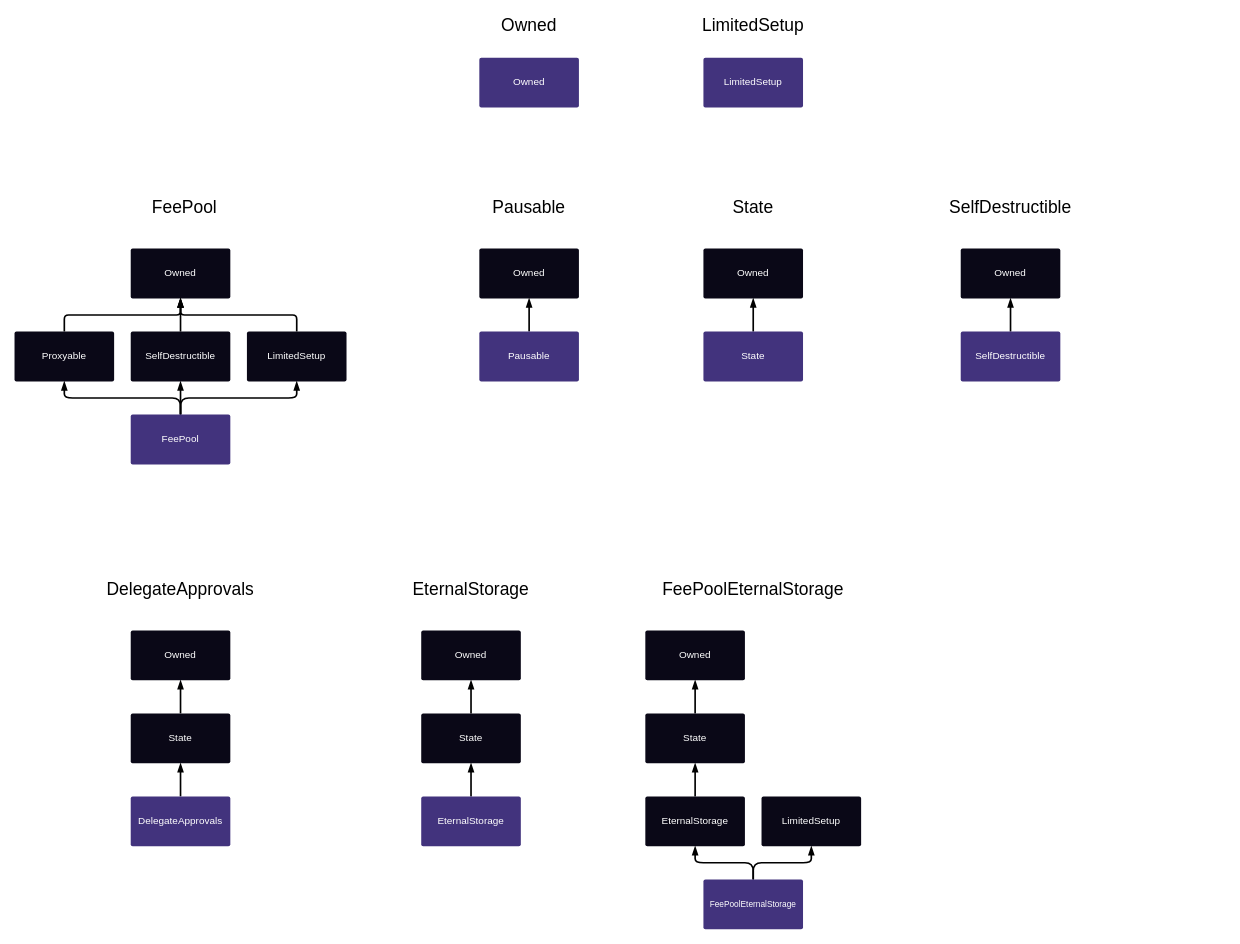
The draw.io diagram docs/img/graphs/synthetix-docs-graphs.drawio in Synthetixio/synthetix, before the edit. Source tidied: cells renumbered, new cells numbered last; positions are measured from the earlier drawing's top-left corner, leaving out a move shared by most shapes. Both pictures are drawn from the tidied source at 83%, with x=0, y=0 at pixel (14, 16).
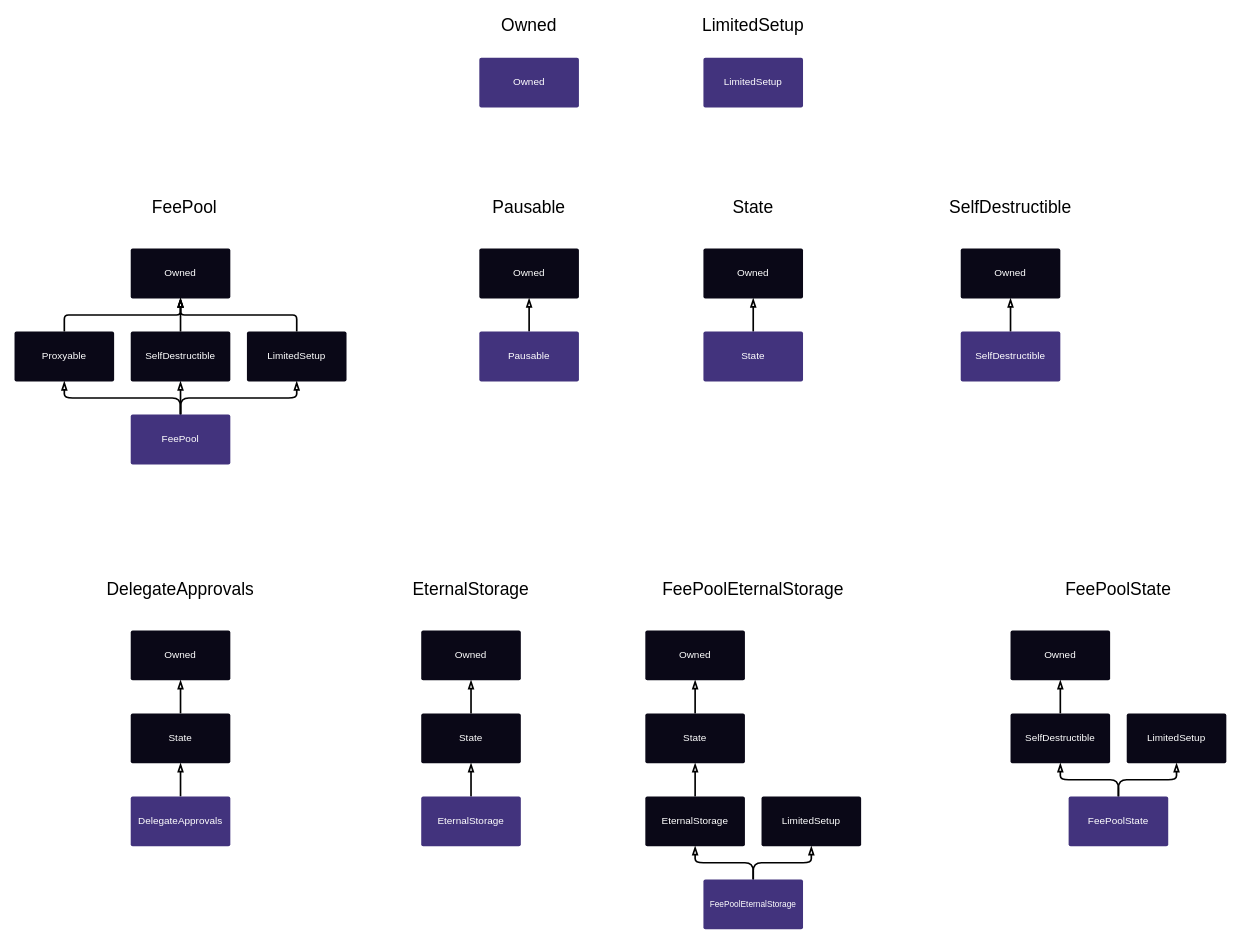
The same diagram, later.

Commit message (it also covers changes not shown here):
FeePoolState notes.

Unchanged cells that the change refers to:
```xml
<mxCell id="5" value="&lt;font color=&quot;#FFFFFF&quot;&gt;FeePool&lt;/font&gt;" style="rounded=1;whiteSpace=wrap;html=1;fillColor=#42337D;strokeColor=none;arcSize=4;gradientColor=none;" parent="1" vertex="1">
  <mxGeometry x="140" y="480" width="120" height="60" as="geometry" />
</mxCell>
<mxCell id="7" value="&lt;font color=&quot;#FFFFFF&quot;&gt;SelfDestructible&lt;/font&gt;" style="rounded=1;whiteSpace=wrap;html=1;fillColor=#0a0817;strokeColor=none;arcSize=4;" parent="1" vertex="1">
  <mxGeometry x="140" y="380" width="120" height="60" as="geometry" />
</mxCell>
<mxCell id="8" value="&lt;font color=&quot;#FFFFFF&quot;&gt;Owned&lt;/font&gt;" style="rounded=1;whiteSpace=wrap;html=1;fillColor=#0a0817;strokeColor=none;arcSize=4;" parent="1" vertex="1">
  <mxGeometry x="140" y="280" width="120" height="60" as="geometry" />
</mxCell>
<mxCell id="10" value="&lt;div&gt;&lt;font color=&quot;#FFFFFF&quot;&gt;LimitedSetup&lt;/font&gt;&lt;/div&gt;" style="rounded=1;whiteSpace=wrap;html=1;fillColor=#0a0817;strokeColor=none;arcSize=4;" parent="1" vertex="1">
  <mxGeometry x="280" y="380" width="120" height="60" as="geometry" />
</mxCell>
<mxCell id="12" value="&lt;font style=&quot;font-size: 12px&quot; color=&quot;#FFFFFF&quot;&gt;Proxyable&lt;/font&gt;" style="rounded=1;whiteSpace=wrap;html=1;fillColor=#0a0817;strokeColor=none;arcSize=4;" parent="1" vertex="1">
  <mxGeometry y="380" width="120" height="60" as="geometry" />
</mxCell>
<mxCell id="16" value="&lt;font color=&quot;#FFFFFF&quot;&gt;Pausable&lt;/font&gt;" style="rounded=1;whiteSpace=wrap;html=1;fillColor=#42337D;strokeColor=none;arcSize=4;" parent="1" vertex="1">
  <mxGeometry x="560" y="380" width="120" height="60" as="geometry" />
</mxCell>
<mxCell id="17" value="&lt;font color=&quot;#FFFFFF&quot;&gt;Owned&lt;/font&gt;" style="rounded=1;whiteSpace=wrap;html=1;fillColor=#0a0817;strokeColor=none;arcSize=4;" parent="1" vertex="1">
  <mxGeometry x="560" y="280" width="120" height="60" as="geometry" />
</mxCell>
<mxCell id="20" value="&lt;font color=&quot;#FFFFFF&quot;&gt;SelfDestructible&lt;/font&gt;" style="rounded=1;whiteSpace=wrap;html=1;fillColor=#42337D;strokeColor=none;arcSize=4;gradientColor=none;" parent="1" vertex="1">
  <mxGeometry x="1140" y="380" width="120" height="60" as="geometry" />
</mxCell>
<mxCell id="21" value="&lt;font color=&quot;#FFFFFF&quot;&gt;Owned&lt;/font&gt;" style="rounded=1;whiteSpace=wrap;html=1;fillColor=#0a0817;strokeColor=none;arcSize=4;" parent="1" vertex="1">
  <mxGeometry x="1140" y="280" width="120" height="60" as="geometry" />
</mxCell>
<mxCell id="23" value="&lt;font color=&quot;#FFFFFF&quot;&gt;State&lt;/font&gt;" style="rounded=1;whiteSpace=wrap;html=1;fillColor=#42337D;strokeColor=none;arcSize=4;gradientColor=none;" parent="1" vertex="1">
  <mxGeometry x="830" y="380" width="120" height="60" as="geometry" />
</mxCell>
<mxCell id="24" value="&lt;font color=&quot;#FFFFFF&quot;&gt;Owned&lt;/font&gt;" style="rounded=1;whiteSpace=wrap;html=1;fillColor=#0a0817;strokeColor=none;arcSize=4;" parent="1" vertex="1">
  <mxGeometry x="830" y="280" width="120" height="60" as="geometry" />
</mxCell>
<mxCell id="27" value="&lt;font color=&quot;#FFFFFF&quot;&gt;DelegateApprovals&lt;/font&gt;" style="rounded=1;whiteSpace=wrap;html=1;fillColor=#42337D;strokeColor=none;arcSize=4;gradientColor=none;" parent="1" vertex="1">
  <mxGeometry x="140" y="940" width="120" height="60" as="geometry" />
</mxCell>
<mxCell id="29" value="&lt;font color=&quot;#FFFFFF&quot;&gt;State&lt;/font&gt;" style="rounded=1;whiteSpace=wrap;html=1;fillColor=#0a0817;strokeColor=none;arcSize=4;" parent="1" vertex="1">
  <mxGeometry x="140" y="840" width="120" height="60" as="geometry" />
</mxCell>
<mxCell id="31" value="&lt;font color=&quot;#FFFFFF&quot;&gt;Owned&lt;/font&gt;" style="rounded=1;whiteSpace=wrap;html=1;fillColor=#0a0817;strokeColor=none;arcSize=4;" parent="1" vertex="1">
  <mxGeometry x="140" y="740" width="120" height="60" as="geometry" />
</mxCell>
<mxCell id="33" value="&lt;font color=&quot;#FFFFFF&quot;&gt;EternalStorage&lt;/font&gt;" style="rounded=1;whiteSpace=wrap;html=1;fillColor=#42337D;strokeColor=none;arcSize=4;gradientColor=none;" parent="1" vertex="1">
  <mxGeometry x="490" y="940" width="120" height="60" as="geometry" />
</mxCell>
<mxCell id="35" value="&lt;font color=&quot;#FFFFFF&quot;&gt;State&lt;/font&gt;" style="rounded=1;whiteSpace=wrap;html=1;fillColor=#0a0817;strokeColor=none;arcSize=4;" parent="1" vertex="1">
  <mxGeometry x="490" y="840" width="120" height="60" as="geometry" />
</mxCell>
<mxCell id="37" value="&lt;font color=&quot;#FFFFFF&quot;&gt;Owned&lt;/font&gt;" style="rounded=1;whiteSpace=wrap;html=1;fillColor=#0a0817;strokeColor=none;arcSize=4;" parent="1" vertex="1">
  <mxGeometry x="490" y="740" width="120" height="60" as="geometry" />
</mxCell>
<mxCell id="39" value="&lt;font color=&quot;#FFFFFF&quot;&gt;EternalStorage&lt;/font&gt;" style="rounded=1;whiteSpace=wrap;html=1;fillColor=#0A0817;strokeColor=none;arcSize=4;gradientColor=none;" parent="1" vertex="1">
  <mxGeometry x="760" y="940" width="120" height="60" as="geometry" />
</mxCell>
<mxCell id="41" value="&lt;font color=&quot;#FFFFFF&quot;&gt;State&lt;/font&gt;" style="rounded=1;whiteSpace=wrap;html=1;fillColor=#0a0817;strokeColor=none;arcSize=4;" parent="1" vertex="1">
  <mxGeometry x="760" y="840" width="120" height="60" as="geometry" />
</mxCell>
<mxCell id="43" value="&lt;font color=&quot;#FFFFFF&quot;&gt;Owned&lt;/font&gt;" style="rounded=1;whiteSpace=wrap;html=1;fillColor=#0a0817;strokeColor=none;arcSize=4;" parent="1" vertex="1">
  <mxGeometry x="760" y="740" width="120" height="60" as="geometry" />
</mxCell>
<mxCell id="46" value="&lt;font style=&quot;font-size: 10px&quot; color=&quot;#FFFFFF&quot;&gt;FeePoolEternalStorage&lt;/font&gt;" style="rounded=1;whiteSpace=wrap;html=1;fillColor=#42337D;strokeColor=none;arcSize=4;gradientColor=none;" parent="1" vertex="1">
  <mxGeometry x="830" y="1040" width="120" height="60" as="geometry" />
</mxCell>
<mxCell id="47" value="&lt;font color=&quot;#FFFFFF&quot;&gt;LimitedSetup&lt;/font&gt;" style="rounded=1;whiteSpace=wrap;html=1;fillColor=#0A0817;strokeColor=none;arcSize=4;gradientColor=none;" parent="1" vertex="1">
  <mxGeometry x="900" y="940" width="120" height="60" as="geometry" />
</mxCell>
```

What changed in the source:
```diff
@@
-    <mxCell id="2" style="edgeStyle=orthogonalEdgeStyle;rounded=1;jettySize=auto;html=1;exitX=0.5;exitY=0;exitDx=0;exitDy=0;entryX=0.5;entryY=1;entryDx=0;entryDy=0;endArrow=blockThin;endFill=1;strokeWidth=2;fontSize=21;" parent="1" edge="1" source="5" target="7">
+    <mxCell id="2" style="edgeStyle=orthogonalEdgeStyle;rounded=1;jettySize=auto;html=1;exitX=0.5;exitY=0;exitDx=0;exitDy=0;entryX=0.5;entryY=1;entryDx=0;entryDy=0;endArrow=blockThin;endFill=0;strokeWidth=2;fontSize=21;" parent="1" edge="1" source="5" target="7">
       <mxGeometry relative="1" as="geometry" />
     </mxCell>
-    <mxCell id="3" style="edgeStyle=orthogonalEdgeStyle;rounded=1;jettySize=auto;html=1;exitX=0.5;exitY=0;exitDx=0;exitDy=0;entryX=0.5;entryY=1;entryDx=0;entryDy=0;endArrow=blockThin;endFill=1;strokeWidth=2;fontSize=21;" parent="1" edge="1" source="5" target="12">
+    <mxCell id="3" style="edgeStyle=orthogonalEdgeStyle;rounded=1;jettySize=auto;html=1;exitX=0.5;exitY=0;exitDx=0;exitDy=0;entryX=0.5;entryY=1;entryDx=0;entryDy=0;endArrow=blockThin;endFill=0;strokeWidth=2;fontSize=21;" parent="1" edge="1" source="5" target="12">
       <mxGeometry relative="1" as="geometry" />
     </mxCell>
-    <mxCell id="4" style="edgeStyle=orthogonalEdgeStyle;rounded=1;jettySize=auto;html=1;exitX=0.5;exitY=0;exitDx=0;exitDy=0;entryX=0.5;entryY=1;entryDx=0;entryDy=0;endArrow=blockThin;endFill=1;strokeWidth=2;fontSize=21;" parent="1" edge="1" source="5" target="10">
+    <mxCell id="4" style="edgeStyle=orthogonalEdgeStyle;rounded=1;jettySize=auto;html=1;exitX=0.5;exitY=0;exitDx=0;exitDy=0;entryX=0.5;entryY=1;entryDx=0;entryDy=0;endArrow=blockThin;endFill=0;strokeWidth=2;fontSize=21;" parent="1" edge="1" source="5" target="10">
       <mxGeometry relative="1" as="geometry" />
     </mxCell>
@@
-    <mxCell id="6" style="edgeStyle=orthogonalEdgeStyle;rounded=1;jettySize=auto;html=1;exitX=0.5;exitY=0;exitDx=0;exitDy=0;entryX=0.5;entryY=1;entryDx=0;entryDy=0;strokeWidth=2;arcSize=10;endArrow=blockThin;endFill=1;" parent="1" edge="1" source="7" target="8">
+    <mxCell id="6" style="edgeStyle=orthogonalEdgeStyle;rounded=1;jettySize=auto;html=1;exitX=0.5;exitY=0;exitDx=0;exitDy=0;entryX=0.5;entryY=1;entryDx=0;entryDy=0;strokeWidth=2;arcSize=10;endArrow=blockThin;endFill=0;" parent="1" edge="1" source="7" target="8">
       <mxGeometry relative="1" as="geometry" />
     </mxCell>
@@
-    <mxCell id="9" style="edgeStyle=orthogonalEdgeStyle;rounded=1;jettySize=auto;html=1;exitX=0.5;exitY=0;exitDx=0;exitDy=0;strokeWidth=2;arcSize=10;endArrow=blockThin;endFill=1;" parent="1" edge="1" source="10" target="8">
+    <mxCell id="9" style="edgeStyle=orthogonalEdgeStyle;rounded=1;jettySize=auto;html=1;exitX=0.5;exitY=0;exitDx=0;exitDy=0;strokeWidth=2;arcSize=10;endArrow=blockThin;endFill=0;" parent="1" edge="1" source="10" target="8">
       <mxGeometry relative="1" as="geometry" />
     </mxCell>
@@
-    <mxCell id="11" style="edgeStyle=orthogonalEdgeStyle;rounded=1;jettySize=auto;html=1;exitX=0.5;exitY=0;exitDx=0;exitDy=0;strokeWidth=2;arcSize=10;endArrow=blockThin;endFill=1;" parent="1" edge="1" source="12" target="8">
+    <mxCell id="11" style="edgeStyle=orthogonalEdgeStyle;rounded=1;jettySize=auto;html=1;exitX=0.5;exitY=0;exitDx=0;exitDy=0;strokeWidth=2;arcSize=10;endArrow=blockThin;endFill=0;" parent="1" edge="1" source="12" target="8">
       <mxGeometry relative="1" as="geometry" />
     </mxCell>
@@
-    <mxCell id="15" style="edgeStyle=orthogonalEdgeStyle;rounded=1;jettySize=auto;html=1;exitX=0.5;exitY=0;exitDx=0;exitDy=0;entryX=0.5;entryY=1;entryDx=0;entryDy=0;strokeWidth=2;arcSize=10;endArrow=blockThin;endFill=1;" parent="1" edge="1" source="16" target="17">
+    <mxCell id="15" style="edgeStyle=orthogonalEdgeStyle;rounded=1;jettySize=auto;html=1;exitX=0.5;exitY=0;exitDx=0;exitDy=0;entryX=0.5;entryY=1;entryDx=0;entryDy=0;strokeWidth=2;arcSize=10;endArrow=blockThin;endFill=0;" parent="1" edge="1" source="16" target="17">
       <mxGeometry relative="1" as="geometry" />
     </mxCell>
@@
-    <mxCell id="19" style="edgeStyle=orthogonalEdgeStyle;rounded=1;jettySize=auto;html=1;exitX=0.5;exitY=0;exitDx=0;exitDy=0;endArrow=blockThin;endFill=1;strokeWidth=2;fontSize=21;" parent="1" edge="1" source="20" target="21">
+    <mxCell id="19" style="edgeStyle=orthogonalEdgeStyle;rounded=1;jettySize=auto;html=1;exitX=0.5;exitY=0;exitDx=0;exitDy=0;endArrow=blockThin;endFill=0;strokeWidth=2;fontSize=21;" parent="1" edge="1" source="20" target="21">
       <mxGeometry relative="1" as="geometry" />
     </mxCell>
@@
-    <mxCell id="22" style="edgeStyle=orthogonalEdgeStyle;rounded=1;jettySize=auto;html=1;exitX=0.5;exitY=0;exitDx=0;exitDy=0;entryX=0.5;entryY=1;entryDx=0;entryDy=0;strokeWidth=2;arcSize=10;endArrow=blockThin;endFill=1;" parent="1" edge="1" source="23" target="24">
+    <mxCell id="22" style="edgeStyle=orthogonalEdgeStyle;rounded=1;jettySize=auto;html=1;exitX=0.5;exitY=0;exitDx=0;exitDy=0;entryX=0.5;entryY=1;entryDx=0;entryDy=0;strokeWidth=2;arcSize=10;endArrow=blockThin;endFill=0;" parent="1" edge="1" source="23" target="24">
       <mxGeometry relative="1" as="geometry" />
     </mxCell>
@@
-    <mxCell id="26" style="edgeStyle=orthogonalEdgeStyle;rounded=1;jettySize=auto;html=1;exitX=0.5;exitY=0;exitDx=0;exitDy=0;entryX=0.5;entryY=1;entryDx=0;entryDy=0;strokeWidth=2;arcSize=10;endArrow=blockThin;endFill=1;" parent="1" edge="1" source="27" target="29">
+    <mxCell id="26" style="edgeStyle=orthogonalEdgeStyle;rounded=1;jettySize=auto;html=1;exitX=0.5;exitY=0;exitDx=0;exitDy=0;entryX=0.5;entryY=1;entryDx=0;entryDy=0;strokeWidth=2;arcSize=10;endArrow=blockThin;endFill=0;" parent="1" edge="1" source="27" target="29">
       <mxGeometry relative="1" as="geometry" />
     </mxCell>
@@
-    <mxCell id="28" style="edgeStyle=orthogonalEdgeStyle;rounded=1;jettySize=auto;html=1;exitX=0.5;exitY=0;exitDx=0;exitDy=0;entryX=0.5;entryY=1;entryDx=0;entryDy=0;endArrow=blockThin;endFill=1;strokeWidth=2;fontSize=21;" parent="1" edge="1" source="29" target="31">
+    <mxCell id="28" style="edgeStyle=orthogonalEdgeStyle;rounded=1;jettySize=auto;html=1;exitX=0.5;exitY=0;exitDx=0;exitDy=0;entryX=0.5;entryY=1;entryDx=0;entryDy=0;endArrow=blockThin;endFill=0;strokeWidth=2;fontSize=21;" parent="1" edge="1" source="29" target="31">
       <mxGeometry relative="1" as="geometry" />
     </mxCell>
@@
-    <mxCell id="32" style="edgeStyle=orthogonalEdgeStyle;rounded=1;jettySize=auto;html=1;exitX=0.5;exitY=0;exitDx=0;exitDy=0;entryX=0.5;entryY=1;entryDx=0;entryDy=0;strokeWidth=2;arcSize=10;endArrow=blockThin;endFill=1;" parent="1" edge="1" source="33" target="35">
+    <mxCell id="32" style="edgeStyle=orthogonalEdgeStyle;rounded=1;jettySize=auto;html=1;exitX=0.5;exitY=0;exitDx=0;exitDy=0;entryX=0.5;entryY=1;entryDx=0;entryDy=0;strokeWidth=2;arcSize=10;endArrow=blockThin;endFill=0;" parent="1" edge="1" source="33" target="35">
       <mxGeometry relative="1" as="geometry" />
     </mxCell>
@@
-    <mxCell id="34" style="edgeStyle=orthogonalEdgeStyle;rounded=1;jettySize=auto;html=1;exitX=0.5;exitY=0;exitDx=0;exitDy=0;entryX=0.5;entryY=1;entryDx=0;entryDy=0;endArrow=blockThin;endFill=1;strokeWidth=2;fontSize=21;" parent="1" edge="1" source="35" target="37">
+    <mxCell id="34" style="edgeStyle=orthogonalEdgeStyle;rounded=1;jettySize=auto;html=1;exitX=0.5;exitY=0;exitDx=0;exitDy=0;entryX=0.5;entryY=1;entryDx=0;entryDy=0;endArrow=blockThin;endFill=0;strokeWidth=2;fontSize=21;" parent="1" edge="1" source="35" target="37">
       <mxGeometry relative="1" as="geometry" />
     </mxCell>
@@
-    <mxCell id="38" style="edgeStyle=orthogonalEdgeStyle;rounded=1;jettySize=auto;html=1;exitX=0.5;exitY=0;exitDx=0;exitDy=0;entryX=0.5;entryY=1;entryDx=0;entryDy=0;strokeWidth=2;arcSize=10;endArrow=blockThin;endFill=1;" parent="1" edge="1" source="39" target="41">
+    <mxCell id="38" style="edgeStyle=orthogonalEdgeStyle;rounded=1;jettySize=auto;html=1;exitX=0.5;exitY=0;exitDx=0;exitDy=0;entryX=0.5;entryY=1;entryDx=0;entryDy=0;strokeWidth=2;arcSize=10;endArrow=blockThin;endFill=0;" parent="1" edge="1" source="39" target="41">
       <mxGeometry relative="1" as="geometry" />
     </mxCell>
@@
-    <mxCell id="40" style="edgeStyle=orthogonalEdgeStyle;rounded=1;jettySize=auto;html=1;exitX=0.5;exitY=0;exitDx=0;exitDy=0;entryX=0.5;entryY=1;entryDx=0;entryDy=0;endArrow=blockThin;endFill=1;strokeWidth=2;fontSize=21;" parent="1" edge="1" source="41" target="43">
+    <mxCell id="40" style="edgeStyle=orthogonalEdgeStyle;rounded=1;jettySize=auto;html=1;exitX=0.5;exitY=0;exitDx=0;exitDy=0;entryX=0.5;entryY=1;entryDx=0;entryDy=0;endArrow=blockThin;endFill=0;strokeWidth=2;fontSize=21;" parent="1" edge="1" source="41" target="43">
       <mxGeometry relative="1" as="geometry" />
     </mxCell>
@@
-    <mxCell id="44" style="edgeStyle=orthogonalEdgeStyle;rounded=1;jettySize=auto;html=1;exitX=0.5;exitY=0;exitDx=0;exitDy=0;entryX=0.5;entryY=1;entryDx=0;entryDy=0;endArrow=blockThin;endFill=1;strokeWidth=2;fontSize=21;" parent="1" edge="1" source="46" target="39">
+    <mxCell id="44" style="edgeStyle=orthogonalEdgeStyle;rounded=1;jettySize=auto;html=1;exitX=0.5;exitY=0;exitDx=0;exitDy=0;entryX=0.5;entryY=1;entryDx=0;entryDy=0;endArrow=blockThin;endFill=0;strokeWidth=2;fontSize=21;" parent="1" edge="1" source="46" target="39">
       <mxGeometry relative="1" as="geometry" />
     </mxCell>
-    <mxCell id="45" style="edgeStyle=orthogonalEdgeStyle;rounded=1;jettySize=auto;html=1;exitX=0.5;exitY=0;exitDx=0;exitDy=0;endArrow=blockThin;endFill=1;strokeWidth=2;fontSize=21;" parent="1" edge="1" source="46" target="47">
+    <mxCell id="45" style="edgeStyle=orthogonalEdgeStyle;rounded=1;jettySize=auto;html=1;exitX=0.5;exitY=0;exitDx=0;exitDy=0;endArrow=blockThin;endFill=0;strokeWidth=2;fontSize=21;" parent="1" edge="1" source="46" target="47">
       <mxGeometry relative="1" as="geometry" />
     </mxCell>
@@
+    <mxCell id="52" style="edgeStyle=orthogonalEdgeStyle;rounded=1;jettySize=auto;html=1;exitX=0.5;exitY=0;exitDx=0;exitDy=0;entryX=0.5;entryY=1;entryDx=0;entryDy=0;strokeWidth=2;arcSize=10;endArrow=blockThin;endFill=0;" parent="1" edge="1" source="53" target="54">
+      <mxGeometry relative="1" as="geometry" />
+    </mxCell>
+    <mxCell id="53" value="&lt;font color=&quot;#FFFFFF&quot;&gt;SelfDestructible&lt;/font&gt;" style="rounded=1;whiteSpace=wrap;html=1;fillColor=#0A0817;strokeColor=none;arcSize=4;gradientColor=none;" parent="1" vertex="1">
+      <mxGeometry x="1200" y="840" width="120" height="60" as="geometry" />
+    </mxCell>
+    <mxCell id="54" value="&lt;font color=&quot;#FFFFFF&quot;&gt;Owned&lt;/font&gt;" style="rounded=1;whiteSpace=wrap;html=1;fillColor=#0a0817;strokeColor=none;arcSize=4;" parent="1" vertex="1">
+      <mxGeometry x="1200" y="740" width="120" height="60" as="geometry" />
+    </mxCell>
+    <mxCell id="55" style="edgeStyle=orthogonalEdgeStyle;rounded=1;jettySize=auto;html=1;exitX=0.5;exitY=0;exitDx=0;exitDy=0;entryX=0.5;entryY=1;entryDx=0;entryDy=0;endArrow=blockThin;endFill=0;strokeWidth=2;fontSize=21;" parent="1" edge="1" source="57" target="53">
+      <mxGeometry relative="1" as="geometry" />
+    </mxCell>
+    <mxCell id="56" style="edgeStyle=orthogonalEdgeStyle;rounded=1;jettySize=auto;html=1;exitX=0.5;exitY=0;exitDx=0;exitDy=0;endArrow=blockThin;endFill=0;strokeWidth=2;fontSize=21;" parent="1" edge="1" source="57" target="58">
+      <mxGeometry relative="1" as="geometry" />
+    </mxCell>
+    <mxCell id="57" value="&lt;font style=&quot;font-size: 12px&quot; color=&quot;#FFFFFF&quot;&gt;FeePoolState&lt;/font&gt;" style="rounded=1;whiteSpace=wrap;html=1;fillColor=#42337D;strokeColor=none;arcSize=4;gradientColor=none;" parent="1" vertex="1">
+      <mxGeometry x="1270" y="940" width="120" height="60" as="geometry" />
+    </mxCell>
+    <mxCell id="58" value="&lt;font color=&quot;#FFFFFF&quot;&gt;LimitedSetup&lt;/font&gt;" style="rounded=1;whiteSpace=wrap;html=1;fillColor=#0A0817;strokeColor=none;arcSize=4;gradientColor=none;" parent="1" vertex="1">
+      <mxGeometry x="1340" y="840" width="120" height="60" as="geometry" />
+    </mxCell>
+    <mxCell id="59" value="&lt;div&gt;FeePoolState&lt;/div&gt;" style="text;html=1;strokeColor=none;fillColor=none;align=center;verticalAlign=middle;whiteSpace=wrap;rounded=0;fontSize=21;" parent="1" vertex="1">
+      <mxGeometry x="1310" y="680" width="40" height="20" as="geometry" />
+    </mxCell>
```
